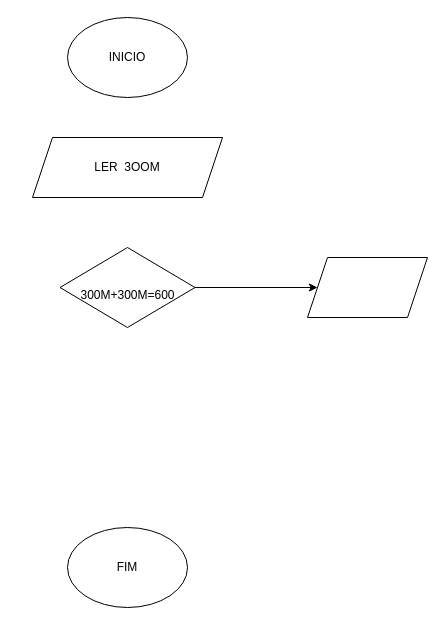
Daniel01-pro/fluxogramas keeps this draw.io diagram as Diagrama sem nome.drawio. Above is the earlier version. Source tidied: cells renumbered, new cells numbered last; positions are measured from the earlier drawing's top-left corner, leaving out a move shared by most shapes. Both pictures are drawn from the tidied source at 100%, with x=0, y=0 at pixel (32, 17).
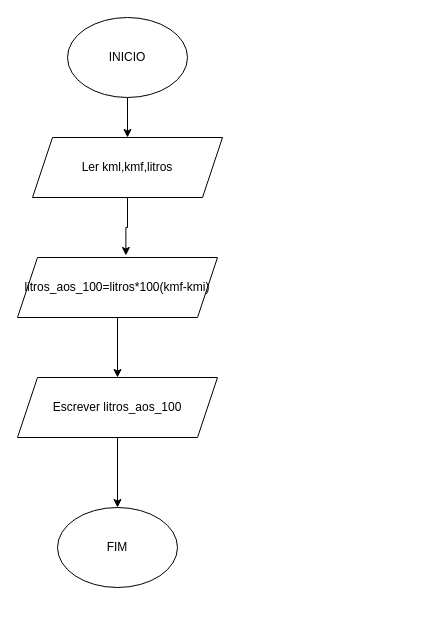
Above is the later version.

Commit message:
fluxograma 2 exe.2 viagem de carro

Diff of the diagram source:
```diff
@@
 <mxGraphModel>
   <root>
     <mxCell id="0" />
     <mxCell id="1" parent="0" />
+    <mxCell id="8" style="edgeStyle=orthogonalEdgeStyle;rounded=0;jettySize=auto;html=1;" parent="1" edge="1" source="2" target="4">
+      <mxGeometry relative="1" as="geometry" />
+    </mxCell>
     <mxCell id="2" value="INICIO" style="ellipse;whiteSpace=wrap;html=1;shapeInside=1;" parent="1" vertex="1">
       <mxGeometry x="35" width="120" height="80" as="geometry" />
     </mxCell>
     <mxCell id="3" value="FIM" style="ellipse;whiteSpace=wrap;html=1;shapeInside=1;" parent="1" vertex="1">
-      <mxGeometry x="35" y="510" width="120" height="80" as="geometry" />
+      <mxGeometry x="25" y="490" width="120" height="80" as="geometry" />
     </mxCell>
-    <mxCell id="4" value="LER&amp;nbsp; 3OOM" style="shape=parallelogram;perimeter=parallelogramPerimeter;whiteSpace=wrap;html=1;shapeInside=1;fixedSize=1;" parent="1" vertex="1">
+    <mxCell id="4" value="Ler kml,kmf,litros" style="shape=parallelogram;perimeter=parallelogramPerimeter;whiteSpace=wrap;html=1;shapeInside=1;fixedSize=1;" parent="1" vertex="1">
       <mxGeometry y="120" width="190" height="60" as="geometry" />
     </mxCell>
-    <mxCell id="5" style="edgeStyle=orthogonalEdgeStyle;rounded=0;jettySize=auto;html=1;entryX=0;entryY=0.5;entryDx=0;entryDy=0;" parent="1" edge="1" source="6" target="7">
-      <mxGeometry relative="1" as="geometry" />
-    </mxCell>
-    <mxCell id="6" value="&lt;div&gt;&lt;br&gt;&lt;/div&gt;&lt;div&gt;300M+300M=600&lt;/div&gt;" style="rhombus;whiteSpace=wrap;html=1;shapeInside=1;" parent="1" vertex="1">
-      <mxGeometry x="27.5" y="230" width="135" height="80" as="geometry" />
-    </mxCell>
+    <mxCell id="9" style="edgeStyle=orthogonalEdgeStyle;rounded=0;jettySize=auto;html=1;" parent="1" edge="1" source="7" target="12">
+      <mxGeometry relative="1" as="geometry" />
+    </mxCell>
-    <mxCell id="7" style="shape=parallelogram;perimeter=parallelogramPerimeter;whiteSpace=wrap;html=1;shapeInside=1;fixedSize=1;" parent="1" vertex="1">
-      <mxGeometry x="275" y="240" width="120" height="60" as="geometry" />
+    <mxCell id="7" value="litros_aos_100=litros*100(kmf-kmi)" style="shape=parallelogram;perimeter=parallelogramPerimeter;whiteSpace=wrap;html=1;shapeInside=1;fixedSize=1;" parent="1" vertex="1">
+      <mxGeometry x="-15" y="240" width="200" height="60" as="geometry" />
     </mxCell>
+    <mxCell id="10" style="edgeStyle=orthogonalEdgeStyle;rounded=0;jettySize=auto;html=1;entryX=0.542;entryY=-0.034;entryDx=0;entryDy=0;entryPerimeter=0;" parent="1" edge="1" source="4" target="7">
+      <mxGeometry relative="1" as="geometry" />
+    </mxCell>
+    <mxCell id="11" style="edgeStyle=orthogonalEdgeStyle;rounded=0;jettySize=auto;html=1;" parent="1" edge="1" source="12" target="3">
+      <mxGeometry relative="1" as="geometry" />
+    </mxCell>
+    <mxCell id="12" value="Escrever litros_aos_100" style="shape=parallelogram;perimeter=parallelogramPerimeter;whiteSpace=wrap;html=1;shapeInside=1;fixedSize=1;" parent="1" vertex="1">
+      <mxGeometry x="-15" y="360" width="200" height="60" as="geometry" />
+    </mxCell>
   </root>
 </mxGraphModel>
```
